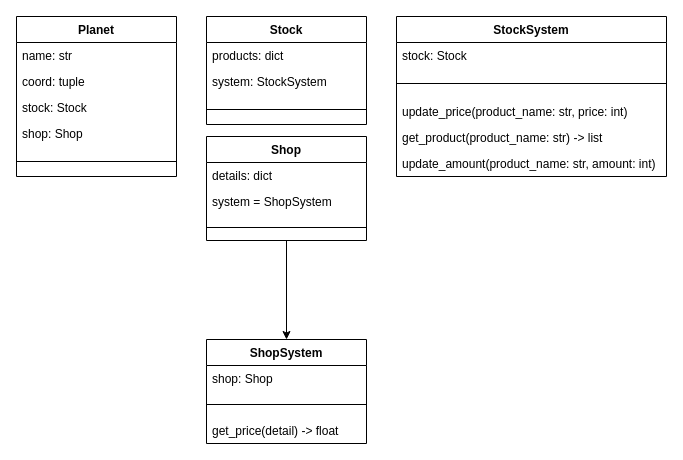
Before: page "planet" (2 of 2) of Space_Tracking/diagram/Space_Tracking.drawio in CURROCHKA/miner, a draw.io diagram. Source tidied: cells renumbered, new cells numbered last; positions are measured from the earlier drawing's top-left corner, leaving out a move shared by most shapes. Both pictures are drawn from the tidied source at 100%, with x=0, y=0 at pixel (16, 16).
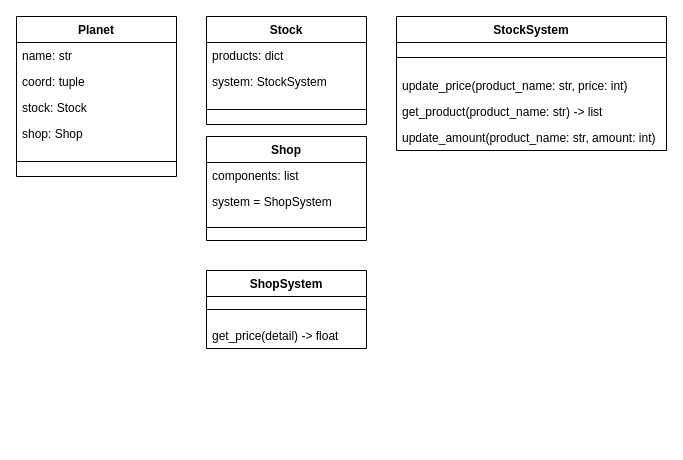
The same page after the edit.

Unchanged cells that the change refers to:
```xml
<mxCell id="19" value="Shop" style="swimlane;fontStyle=1;align=center;verticalAlign=top;horizontal=1;startSize=26;rounded=0;fillColor=none;" parent="1" vertex="1">
  <mxGeometry x="190" y="120" width="160" height="104" as="geometry" />
</mxCell>
```

The edit, as a diff of the source:
```diff
@@
     <mxCell id="12" value="StockSystem" style="swimlane;fontStyle=1;align=center;verticalAlign=top;horizontal=1;startSize=26;rounded=0;fillColor=none;" parent="1" vertex="1">
-      <mxGeometry x="380" width="270" height="160" as="geometry" />
+      <mxGeometry x="380" width="270" height="134" as="geometry" />
     </mxCell>
-    <mxCell id="13" value="stock: Stock" style="text;strokeColor=none;fillColor=none;align=left;verticalAlign=top;spacingLeft=4;spacingRight=4;overflow=hidden;rounded=0;" parent="12" vertex="1">
-      <mxGeometry y="26" width="270" height="26" as="geometry" />
-    </mxCell>
     <mxCell id="14" style="line;strokeWidth=1;fillColor=none;align=left;verticalAlign=middle;spacingTop=-1;spacingLeft=3;spacingRight=3;labelPosition=right;rounded=0;" parent="12" vertex="1">
-      <mxGeometry y="52" width="270" height="30" as="geometry" />
+      <mxGeometry y="26" width="270" height="30" as="geometry" />
     </mxCell>
     <mxCell id="15" value="update_price(product_name: str, price: int)&#10;" style="text;align=left;verticalAlign=top;spacingLeft=4;spacingRight=4;overflow=hidden;" parent="12" vertex="1">
-      <mxGeometry y="82" width="270" height="26" as="geometry" />
+      <mxGeometry y="56" width="270" height="26" as="geometry" />
     </mxCell>
     <mxCell id="16" value="get_product(product_name: str) -&gt; list" style="text;align=left;verticalAlign=top;spacingLeft=4;spacingRight=4;overflow=hidden;" parent="12" vertex="1">
-      <mxGeometry y="108" width="270" height="26" as="geometry" />
+      <mxGeometry y="82" width="270" height="26" as="geometry" />
     </mxCell>
     <mxCell id="17" value="update_amount(product_name: str, amount: int)" style="text;align=left;verticalAlign=top;spacingLeft=4;spacingRight=4;overflow=hidden;" parent="12" vertex="1">
-      <mxGeometry y="134" width="270" height="26" as="geometry" />
+      <mxGeometry y="108" width="270" height="26" as="geometry" />
     </mxCell>
-    <mxCell id="18" style="edgeStyle=orthogonalEdgeStyle;rounded=0;jettySize=auto;html=1;exitX=0.5;exitY=1;exitDx=0;exitDy=0;entryX=0.5;entryY=0;entryDx=0;entryDy=0;" parent="1" edge="1" source="19" target="23">
-      <mxGeometry relative="1" as="geometry" />
-    </mxCell>
@@
-    <mxCell id="20" value="details: dict" style="text;strokeColor=none;fillColor=none;align=left;verticalAlign=top;spacingLeft=4;spacingRight=4;overflow=hidden;rounded=0;" parent="19" vertex="1">
+    <mxCell id="20" value="components: list" style="text;strokeColor=none;fillColor=none;align=left;verticalAlign=top;spacingLeft=4;spacingRight=4;overflow=hidden;rounded=0;" parent="19" vertex="1">
       <mxGeometry y="26" width="160" height="26" as="geometry" />
     </mxCell>
@@
     <mxCell id="23" value="ShopSystem" style="swimlane;fontStyle=1;align=center;verticalAlign=top;horizontal=1;startSize=26;rounded=0;fillColor=none;" parent="1" vertex="1">
-      <mxGeometry x="190" y="323" width="160" height="104" as="geometry" />
+      <mxGeometry x="190" y="254" width="160" height="78" as="geometry" />
     </mxCell>
-    <mxCell id="24" value="shop: Shop" style="text;strokeColor=none;fillColor=none;align=left;verticalAlign=top;spacingLeft=4;spacingRight=4;overflow=hidden;rounded=0;" parent="23" vertex="1">
-      <mxGeometry y="26" width="160" height="26" as="geometry" />
-    </mxCell>
     <mxCell id="25" style="line;strokeWidth=1;fillColor=none;align=left;verticalAlign=middle;spacingTop=-1;spacingLeft=3;spacingRight=3;labelPosition=right;rounded=0;" parent="23" vertex="1">
-      <mxGeometry y="52" width="160" height="26" as="geometry" />
+      <mxGeometry y="26" width="160" height="26" as="geometry" />
     </mxCell>
     <mxCell id="26" value="get_price(detail) -&gt; float" style="text;strokeColor=none;fillColor=none;align=left;verticalAlign=top;spacingLeft=4;spacingRight=4;overflow=hidden;rounded=0;" parent="23" vertex="1">
-      <mxGeometry y="78" width="160" height="26" as="geometry" />
+      <mxGeometry y="52" width="160" height="26" as="geometry" />
     </mxCell>
```
